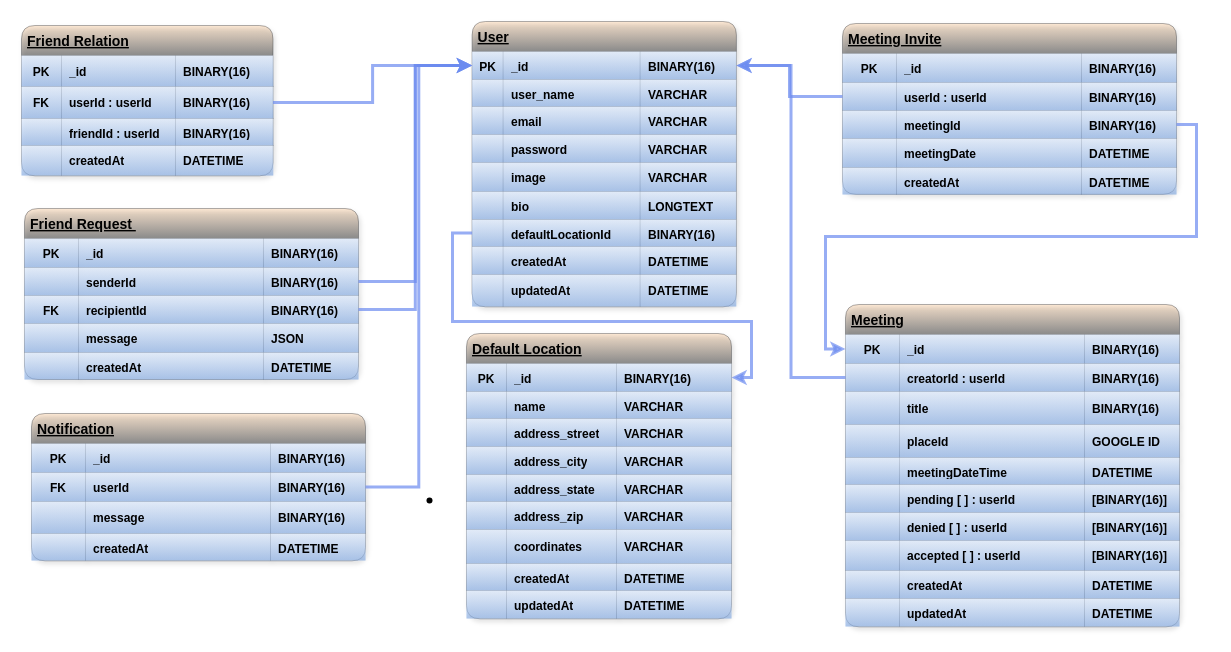
CSCI150-LAB01/Meet_in_the_Middle keeps this draw.io diagram as ui_ux/database/database.drawio. Above is the earlier version. Source tidied: cells renumbered, new cells numbered last; positions are measured from the earlier drawing's top-left corner, leaving out a move shared by most shapes. Both pictures are drawn from the tidied source at 100%, with x=0, y=0 at pixel (21, -20).
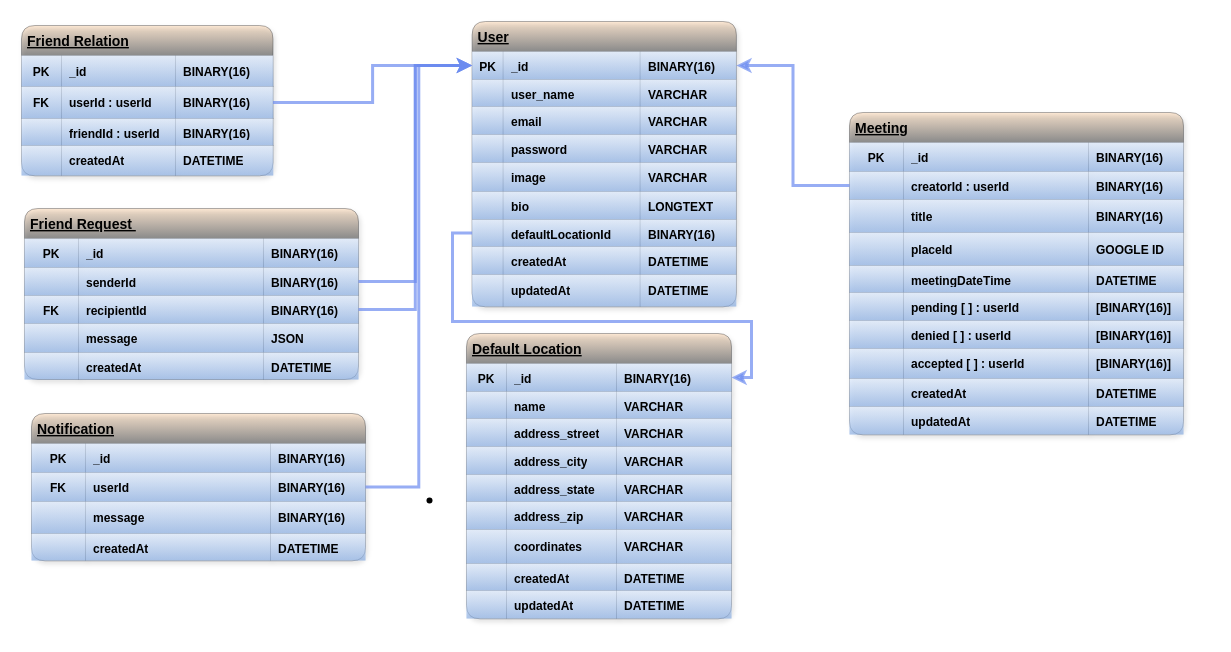
The same page after the edit.

The change refers to these unchanged cells:
```xml
<mxCell id="57" style="shape=tableRow;horizontal=0;startSize=0;swimlaneHead=0;swimlaneBody=0;top=0;left=0;bottom=0;right=0;fillColor=#dae8fc;points=[[0,0.5],[1,0.5]];portConstraint=eastwest;labelBackgroundColor=none;swimlaneLine=0;strokeColor=#6c8ebf;shadow=0;rounded=1;verticalAlign=middle;gradientColor=#7ea6e0;fontColor=#000000;fontStyle=1;opacity=40;" parent="56" vertex="1">
  <mxGeometry y="30" width="264.3" height="28" as="geometry" />
</mxCell>
<mxCell id="115" style="shape=tableRow;horizontal=0;startSize=0;swimlaneHead=0;swimlaneBody=0;top=0;left=0;bottom=0;right=0;fillColor=#dae8fc;points=[[0,0.5],[1,0.5]];portConstraint=eastwest;labelBackgroundColor=none;swimlaneLine=0;strokeColor=#6c8ebf;shadow=0;rounded=1;gradientColor=#7ea6e0;fontColor=#000000;fontStyle=1;opacity=40;" parent="114" vertex="1">
  <mxGeometry y="30" width="334" height="29" as="geometry" />
</mxCell>
```

What changed in the source:
```diff
@@
     <mxCell id="114" value="Meeting" style="shape=table;startSize=30;childLayout=tableLayout;fontStyle=5;align=left;labelBackgroundColor=none;spacing=6;swimlaneLine=1;fillColor=#ffcc99;strokeColor=#36393d;shadow=1;rounded=1;swimlaneFillColor=default;fontFamily=Helvetica;fontSize=14;opacity=40;gradientColor=default;fontColor=#000000;" parent="1" vertex="1">
-      <mxGeometry x="824" y="324" width="334" height="322.3" as="geometry" />
+      <mxGeometry x="828" y="132" width="334" height="322.3" as="geometry" />
     </mxCell>
@@
-    <mxCell id="157" value="Meeting Invite" style="shape=table;startSize=30;childLayout=tableLayout;fontStyle=5;align=left;labelBackgroundColor=none;spacing=6;swimlaneLine=1;fillColor=#ffcc99;strokeColor=#36393d;shadow=1;rounded=1;swimlaneFillColor=default;fontFamily=Helvetica;fontSize=14;opacity=40;gradientColor=default;fontColor=#000000;" parent="1" vertex="1">
-      <mxGeometry x="821" y="43" width="334" height="170.8" as="geometry" />
-    </mxCell>
-    <mxCell id="158" style="shape=tableRow;horizontal=0;startSize=0;swimlaneHead=0;swimlaneBody=0;top=0;left=0;bottom=0;right=0;fillColor=#dae8fc;labelBackgroundColor=none;swimlaneLine=0;strokeColor=#6c8ebf;shadow=0;rounded=1;gradientColor=#7ea6e0;fontColor=#000000;fontStyle=1;opacity=40;" parent="157" vertex="1">
-      <mxGeometry y="30" width="334" height="29" as="geometry" />
-    </mxCell>
-    <mxCell id="159" value="PK" style="shape=partialRectangle;html=1;whiteSpace=wrap;fillColor=#dae8fc;top=0;left=0;bottom=0;right=0;overflow=hidden;labelBackgroundColor=none;strokeColor=#6c8ebf;strokeWidth=0;spacing=0;spacingTop=8;spacingLeft=8;spacingRight=8;spacingBottom=6;shadow=0;rounded=1;gradientColor=#7ea6e0;fontColor=#000000;fontStyle=1;opacity=40;" parent="158" vertex="1">
-      <mxGeometry width="54" height="29" as="geometry" />
-    </mxCell>
-    <mxCell id="160" value="_id" style="shape=partialRectangle;html=1;whiteSpace=wrap;fillColor=#dae8fc;top=0;left=0;bottom=0;right=0;overflow=hidden;labelBackgroundColor=none;strokeColor=#6c8ebf;strokeWidth=0;align=left;spacing=0;spacingTop=8;spacingLeft=8;spacingRight=8;spacingBottom=6;shadow=0;rounded=1;gradientColor=#7ea6e0;fontColor=#000000;fontStyle=1;opacity=40;" parent="158" vertex="1">
-      <mxGeometry x="54" width="185" height="29" as="geometry" />
-    </mxCell>
-    <mxCell id="161" value="BINARY(16)" style="shape=partialRectangle;html=1;whiteSpace=wrap;fillColor=#dae8fc;top=0;left=0;bottom=0;right=0;overflow=hidden;labelBackgroundColor=none;strokeColor=#6c8ebf;strokeWidth=0;align=left;spacing=0;spacingTop=8;spacingLeft=8;spacingRight=8;spacingBottom=6;shadow=0;rounded=1;gradientColor=#7ea6e0;fontColor=#000000;fontStyle=1;opacity=40;" parent="158" vertex="1">
-      <mxGeometry x="239" width="95" height="29" as="geometry" />
-    </mxCell>
-    <mxCell id="162" style="shape=tableRow;horizontal=0;startSize=0;swimlaneHead=0;swimlaneBody=0;top=0;left=0;bottom=0;right=0;fillColor=#dae8fc;points=[[0,0.5],[1,0.5]];portConstraint=eastwest;labelBackgroundColor=none;strokeColor=#6c8ebf;shadow=0;rounded=1;gradientColor=#7ea6e0;fontColor=#000000;fontStyle=1;opacity=40;" parent="157" vertex="1">
-      <mxGeometry y="59" width="334" height="28" as="geometry" />
-    </mxCell>
-    <mxCell id="163" style="shape=partialRectangle;html=1;whiteSpace=wrap;fillColor=#dae8fc;top=0;left=0;bottom=0;right=0;overflow=hidden;labelBackgroundColor=none;strokeColor=#6c8ebf;strokeWidth=0;spacing=0;spacingTop=8;spacingLeft=8;spacingRight=8;spacingBottom=6;shadow=0;rounded=1;gradientColor=#7ea6e0;fontColor=#000000;fontStyle=1;opacity=40;" parent="162" vertex="1">
-      <mxGeometry width="54" height="28" as="geometry" />
-    </mxCell>
-    <mxCell id="164" value="userId : userId" style="shape=partialRectangle;html=1;whiteSpace=wrap;fillColor=#dae8fc;top=0;left=0;bottom=0;right=0;overflow=hidden;labelBackgroundColor=none;strokeColor=#6c8ebf;strokeWidth=0;spacing=0;spacingTop=8;spacingLeft=8;spacingRight=8;spacingBottom=6;align=left;shadow=0;rounded=1;gradientColor=#7ea6e0;fontColor=#000000;fontStyle=1;opacity=40;" parent="162" vertex="1">
-      <mxGeometry x="54" width="185" height="28" as="geometry" />
-    </mxCell>
-    <mxCell id="165" value="BINARY(16)" style="shape=partialRectangle;html=1;whiteSpace=wrap;fillColor=#dae8fc;top=0;left=0;bottom=0;right=0;overflow=hidden;labelBackgroundColor=none;strokeColor=#6c8ebf;strokeWidth=0;spacing=0;spacingTop=8;spacingLeft=8;spacingRight=8;spacingBottom=6;align=left;shadow=0;rounded=1;gradientColor=#7ea6e0;fontColor=#000000;fontStyle=1;opacity=40;" parent="162" vertex="1">
-      <mxGeometry x="239" width="95" height="28" as="geometry" />
-    </mxCell>
-    <mxCell id="166" style="shape=tableRow;horizontal=0;startSize=0;swimlaneHead=0;swimlaneBody=0;top=0;left=0;bottom=0;right=0;fillColor=#dae8fc;points=[[0,0.5],[1,0.5]];portConstraint=eastwest;labelBackgroundColor=none;strokeColor=#6c8ebf;shadow=0;rounded=1;gradientColor=#7ea6e0;fontColor=#000000;fontStyle=1;opacity=40;" parent="157" vertex="1">
-      <mxGeometry y="87" width="334" height="28" as="geometry" />
-    </mxCell>
-    <mxCell id="167" style="shape=partialRectangle;html=1;whiteSpace=wrap;fillColor=#dae8fc;top=0;left=0;bottom=0;right=0;overflow=hidden;labelBackgroundColor=none;strokeColor=#6c8ebf;strokeWidth=0;spacing=0;spacingTop=8;spacingLeft=8;spacingRight=8;spacingBottom=6;shadow=0;rounded=1;gradientColor=#7ea6e0;fontColor=#000000;fontStyle=1;opacity=40;" parent="166" vertex="1">
-      <mxGeometry width="54" height="28" as="geometry" />
-    </mxCell>
-    <mxCell id="168" value="meetingId" style="shape=partialRectangle;html=1;whiteSpace=wrap;fillColor=#dae8fc;top=0;left=0;bottom=0;right=0;overflow=hidden;labelBackgroundColor=none;strokeColor=#6c8ebf;strokeWidth=0;spacing=0;spacingTop=8;spacingLeft=8;spacingRight=8;spacingBottom=6;align=left;shadow=0;rounded=1;gradientColor=#7ea6e0;fontColor=#000000;fontStyle=1;opacity=40;" parent="166" vertex="1">
-      <mxGeometry x="54" width="185" height="28" as="geometry" />
-    </mxCell>
-    <mxCell id="169" value="BINARY(16)" style="shape=partialRectangle;html=1;whiteSpace=wrap;fillColor=#dae8fc;top=0;left=0;bottom=0;right=0;overflow=hidden;labelBackgroundColor=none;strokeColor=#6c8ebf;strokeWidth=0;spacing=0;spacingTop=8;spacingLeft=8;spacingRight=8;spacingBottom=6;align=left;shadow=0;rounded=1;gradientColor=#7ea6e0;fontColor=#000000;fontStyle=1;opacity=40;" parent="166" vertex="1">
-      <mxGeometry x="239" width="95" height="28" as="geometry" />
-    </mxCell>
-    <mxCell id="170" style="shape=tableRow;horizontal=0;startSize=0;swimlaneHead=0;swimlaneBody=0;top=0;left=0;bottom=0;right=0;fillColor=#dae8fc;labelBackgroundColor=none;strokeColor=#6c8ebf;shadow=0;rounded=1;gradientColor=#7ea6e0;fontColor=#000000;fontStyle=1;opacity=40;" parent="157" vertex="1">
-      <mxGeometry y="115" width="334" height="29" as="geometry" />
-    </mxCell>
-    <mxCell id="171" style="shape=partialRectangle;html=1;whiteSpace=wrap;fillColor=#dae8fc;top=0;left=0;bottom=0;right=0;overflow=hidden;labelBackgroundColor=none;strokeColor=#6c8ebf;strokeWidth=0;spacing=0;spacingTop=8;spacingLeft=8;spacingRight=8;spacingBottom=6;shadow=0;rounded=1;gradientColor=#7ea6e0;fontColor=#000000;fontStyle=1;opacity=40;" parent="170" vertex="1">
-      <mxGeometry width="54" height="29" as="geometry" />
-    </mxCell>
-    <mxCell id="172" value="meetingDate" style="shape=partialRectangle;html=1;whiteSpace=wrap;fillColor=#dae8fc;top=0;left=0;bottom=0;right=0;overflow=hidden;labelBackgroundColor=none;strokeColor=#6c8ebf;strokeWidth=0;spacing=0;spacingTop=8;spacingLeft=8;spacingRight=8;spacingBottom=6;align=left;shadow=0;rounded=1;gradientColor=#7ea6e0;fontColor=#000000;fontStyle=1;opacity=40;" parent="170" vertex="1">
-      <mxGeometry x="54" width="185" height="29" as="geometry" />
-    </mxCell>
-    <mxCell id="173" value="DATETIME" style="shape=partialRectangle;html=1;whiteSpace=wrap;fillColor=#dae8fc;top=0;left=0;bottom=0;right=0;overflow=hidden;labelBackgroundColor=none;strokeColor=#6c8ebf;strokeWidth=0;spacing=0;spacingTop=8;spacingLeft=8;spacingRight=8;spacingBottom=6;align=left;shadow=0;rounded=1;gradientColor=#7ea6e0;fontColor=#000000;fontStyle=1;opacity=40;" parent="170" vertex="1">
-      <mxGeometry x="239" width="95" height="29" as="geometry" />
-    </mxCell>
-    <mxCell id="174" style="shape=tableRow;horizontal=0;startSize=0;swimlaneHead=0;swimlaneBody=0;top=0;left=0;bottom=0;right=0;fillColor=#dae8fc;labelBackgroundColor=none;strokeColor=#6c8ebf;shadow=0;rounded=1;gradientColor=#7ea6e0;fontColor=#000000;fontStyle=1;opacity=40;" parent="157" vertex="1">
-      <mxGeometry y="144" width="334" height="27" as="geometry" />
-    </mxCell>
-    <mxCell id="175" style="shape=partialRectangle;html=1;whiteSpace=wrap;fillColor=#dae8fc;top=0;left=0;bottom=0;right=0;overflow=hidden;labelBackgroundColor=none;strokeColor=#6c8ebf;strokeWidth=0;spacing=0;spacingTop=8;spacingLeft=8;spacingRight=8;spacingBottom=6;shadow=0;rounded=1;gradientColor=#7ea6e0;fontColor=#000000;fontStyle=1;opacity=40;" parent="174" vertex="1">
-      <mxGeometry width="54" height="27" as="geometry" />
-    </mxCell>
-    <mxCell id="176" value="createdAt" style="shape=partialRectangle;html=1;whiteSpace=wrap;fillColor=#dae8fc;top=0;left=0;bottom=0;right=0;overflow=hidden;labelBackgroundColor=none;strokeColor=#6c8ebf;strokeWidth=0;spacing=0;spacingTop=8;spacingLeft=8;spacingRight=8;spacingBottom=6;align=left;shadow=0;rounded=1;gradientColor=#7ea6e0;fontColor=#000000;fontStyle=1;opacity=40;" parent="174" vertex="1">
-      <mxGeometry x="54" width="185" height="27" as="geometry" />
-    </mxCell>
-    <mxCell id="177" value="DATETIME" style="shape=partialRectangle;html=1;whiteSpace=wrap;fillColor=#dae8fc;top=0;left=0;bottom=0;right=0;overflow=hidden;labelBackgroundColor=none;strokeColor=#6c8ebf;strokeWidth=0;spacing=0;spacingTop=8;spacingLeft=8;spacingRight=8;spacingBottom=6;align=left;shadow=0;rounded=1;gradientColor=#7ea6e0;fontColor=#000000;fontStyle=1;opacity=40;" parent="174" vertex="1">
-      <mxGeometry x="239" width="95" height="27" as="geometry" />
-    </mxCell>
@@
-    <mxCell id="204" style="edgeStyle=orthogonalEdgeStyle;rounded=0;hachureGap=4;jettySize=auto;html=1;fontFamily=Architects Daughter;fontSize=16;strokeColor=#6c8bef;strokeWidth=3;opacity=70;shadow=0;" parent="1" edge="1" source="162" target="57">
-      <mxGeometry relative="1" as="geometry" />
-    </mxCell>
@@
-    <mxCell id="206" style="edgeStyle=orthogonalEdgeStyle;rounded=0;hachureGap=4;jettySize=auto;html=1;fontFamily=Architects Daughter;fontSize=16;strokeColor=#6c8bef;strokeWidth=3;opacity=70;shadow=0;" parent="1" edge="1" source="166" target="115">
-      <mxGeometry relative="1" as="geometry" />
-    </mxCell>
```
